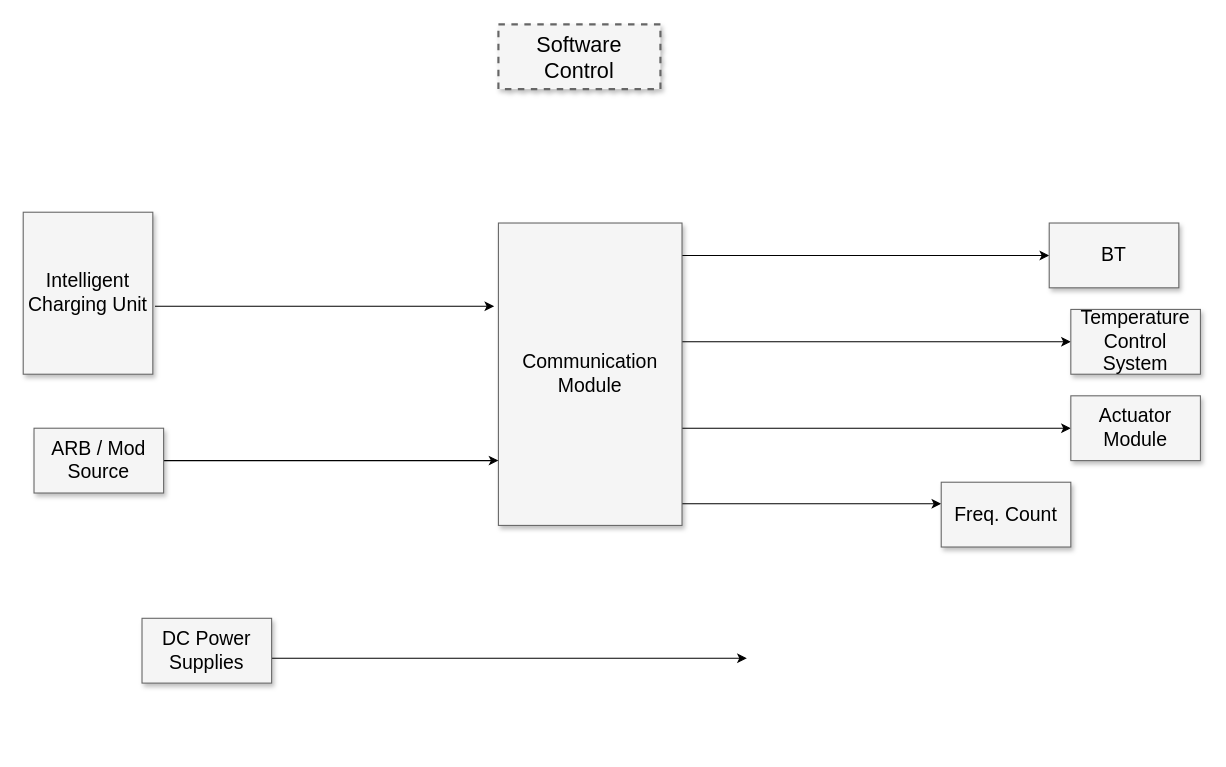
alezalez8/alezalez8 keeps this draw.io diagram as Диаграмма без названия.drawio. Above is the earlier version. Source tidied: cells renumbered, new cells numbered last; positions are measured from the earlier drawing's top-left corner, leaving out a move shared by most shapes. Both pictures are drawn from the tidied source at 108%, with x=0, y=0 at pixel (23, 24).
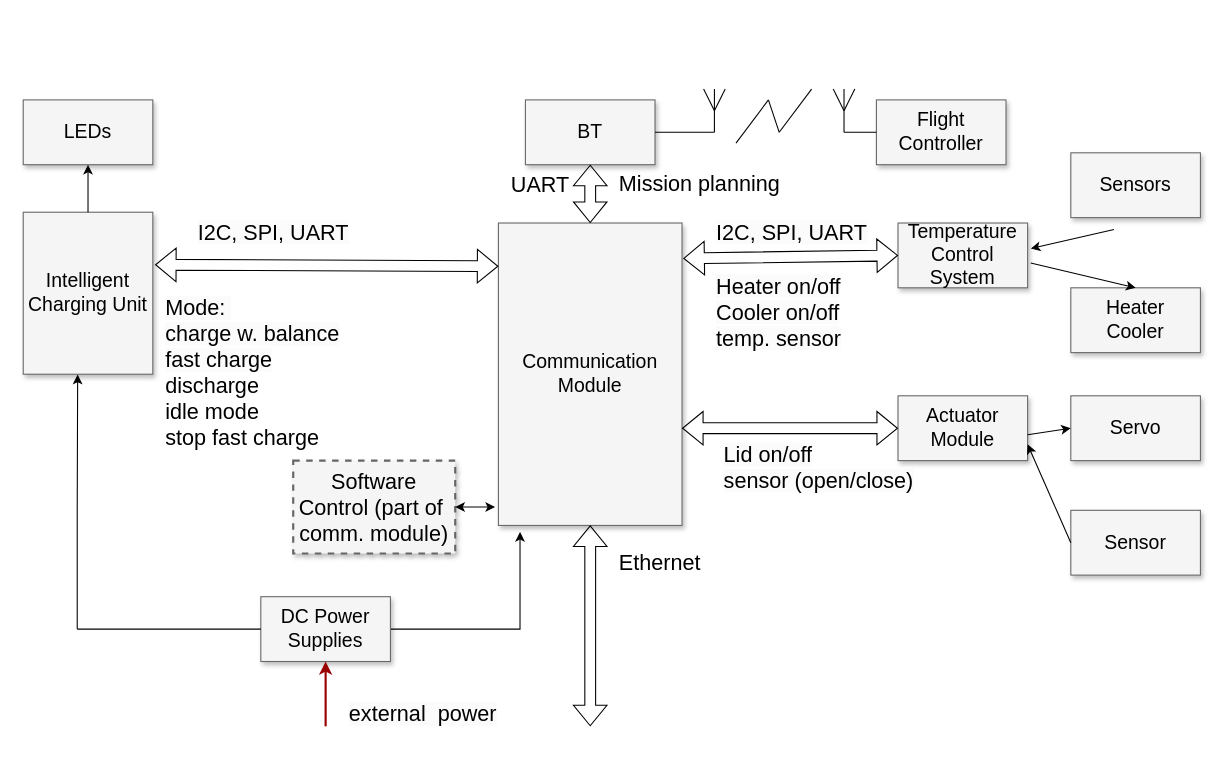
After the change.

Unchanged cells that the change refers to:
```xml
<mxCell id="7" value="Communication Module" style="whiteSpace=wrap;html=1;shadow=1;fontSize=18;fillColor=#f5f5f5;strokeColor=#666666;" parent="1" vertex="1">
  <mxGeometry x="440" y="184" width="170" height="280" as="geometry" />
</mxCell>
<mxCell id="12" value="Intelligent Charging Unit" style="whiteSpace=wrap;html=1;shadow=1;fontSize=18;fillColor=#f5f5f5;strokeColor=#666666;" parent="1" vertex="1">
  <mxGeometry y="174" width="120" height="150" as="geometry" />
</mxCell>
```

Change to the diagram source:
```diff
@@
-    <mxCell id="2" value="Software Control" style="whiteSpace=wrap;html=1;shadow=1;fontSize=20;fillColor=#f5f5f5;strokeColor=#666666;strokeWidth=2;dashed=1;" parent="1" vertex="1">
-      <mxGeometry x="440" width="150" height="60" as="geometry" />
+    <mxCell id="2" value="Software Control (part of&amp;nbsp; comm. module)" style="whiteSpace=wrap;html=1;shadow=1;fontSize=20;fillColor=#f5f5f5;strokeColor=#666666;strokeWidth=2;dashed=1;" parent="1" vertex="1">
+      <mxGeometry x="250" y="404" width="150" height="86" as="geometry" />
     </mxCell>
-    <mxCell id="3" style="edgeStyle=elbowEdgeStyle;rounded=0;html=1;startArrow=none;startFill=0;jettySize=auto;fontSize=18;elbow=vertical;" parent="1" edge="1" source="7" target="8">
-      <mxGeometry relative="1" as="geometry" />
-    </mxCell>
-    <mxCell id="4" style="edgeStyle=elbowEdgeStyle;rounded=0;html=1;startArrow=none;startFill=0;jettySize=auto;fontSize=18;elbow=vertical;" parent="1" edge="1" source="7" target="9">
-      <mxGeometry relative="1" as="geometry" />
-    </mxCell>
-    <mxCell id="5" style="edgeStyle=elbowEdgeStyle;rounded=0;html=1;startArrow=none;startFill=0;jettySize=auto;fontSize=18;elbow=vertical;" parent="1" edge="1" source="7" target="10">
-      <mxGeometry relative="1" as="geometry" />
-    </mxCell>
-    <mxCell id="6" style="edgeStyle=elbowEdgeStyle;rounded=0;html=1;startArrow=none;startFill=0;jettySize=auto;fontSize=18;elbow=vertical;" parent="1" edge="1" source="7" target="11">
-      <mxGeometry relative="1" as="geometry" />
-    </mxCell>
@@
     <mxCell id="8" value="BT" style="whiteSpace=wrap;html=1;shadow=1;fontSize=18;fillColor=#f5f5f5;strokeColor=#666666;" parent="1" vertex="1">
-      <mxGeometry x="950" y="184" width="120" height="60" as="geometry" />
+      <mxGeometry x="465" y="70" width="120" height="60" as="geometry" />
     </mxCell>
     <mxCell id="9" value="Temperature Control System" style="whiteSpace=wrap;html=1;shadow=1;fontSize=18;fillColor=#f5f5f5;strokeColor=#666666;" parent="1" vertex="1">
-      <mxGeometry x="970" y="264" width="120" height="60" as="geometry" />
+      <mxGeometry x="810" y="184" width="120" height="60" as="geometry" />
     </mxCell>
     <mxCell id="10" value="Actuator Module" style="whiteSpace=wrap;html=1;shadow=1;fontSize=18;fillColor=#f5f5f5;strokeColor=#666666;" parent="1" vertex="1">
-      <mxGeometry x="970" y="344" width="120" height="60" as="geometry" />
+      <mxGeometry x="810" y="344" width="120" height="60" as="geometry" />
     </mxCell>
-    <mxCell id="11" value="Freq. Count" style="whiteSpace=wrap;html=1;shadow=1;fontSize=18;fillColor=#f5f5f5;strokeColor=#666666;" parent="1" vertex="1">
-      <mxGeometry x="850" y="424" width="120" height="60" as="geometry" />
-    </mxCell>
@@
-    <mxCell id="13" style="edgeStyle=elbowEdgeStyle;rounded=0;html=1;startArrow=none;startFill=0;jettySize=auto;fontSize=18;elbow=vertical;" parent="1" edge="1" source="14" target="7">
-      <mxGeometry relative="1" as="geometry" />
-    </mxCell>
-    <mxCell id="14" value="ARB / Mod Source" style="whiteSpace=wrap;html=1;shadow=1;fontSize=18;fillColor=#f5f5f5;strokeColor=#666666;" parent="1" vertex="1">
-      <mxGeometry x="10" y="374" width="120" height="60" as="geometry" />
-    </mxCell>
-    <mxCell id="15" style="edgeStyle=elbowEdgeStyle;rounded=0;html=1;startArrow=none;startFill=0;jettySize=auto;fontSize=18;elbow=vertical;" parent="1" edge="1" source="16">
+    <mxCell id="15" style="edgeStyle=elbowEdgeStyle;rounded=0;html=1;startArrow=none;startFill=0;jettySize=auto;fontSize=18;elbow=vertical;exitX=1;exitY=0.5;exitDx=0;exitDy=0;" parent="1" edge="1" source="16">
       <mxGeometry relative="1" as="geometry">
-        <mxPoint x="670" y="587" as="targetPoint" />
+        <mxPoint x="460" y="470" as="targetPoint" />
+        <Array as="points">
+          <mxPoint x="400" y="560" />
+        </Array>
       </mxGeometry>
     </mxCell>
     <mxCell id="16" value="DC Power Supplies" style="whiteSpace=wrap;html=1;shadow=1;fontSize=18;fillColor=#f5f5f5;strokeColor=#666666;" parent="1" vertex="1">
-      <mxGeometry x="110" y="550" width="120" height="60" as="geometry" />
+      <mxGeometry x="220" y="530" width="120" height="60" as="geometry" />
     </mxCell>
-    <mxCell id="17" style="endArrow=classic;html=1;rounded=0;exitX=1.017;exitY=0.58;exitDx=0;exitDy=0;exitPerimeter=0;entryX=-0.023;entryY=0.275;entryDx=0;entryDy=0;entryPerimeter=0;" parent="1" edge="1" source="12" target="7">
-      <mxGeometry relative="1" as="geometry" />
-    </mxCell>
+    <mxCell id="18" value="Sensors" style="whiteSpace=wrap;html=1;shadow=1;fontSize=18;fillColor=#f5f5f5;strokeColor=#666666;" parent="1" vertex="1">
+      <mxGeometry x="970" y="119" width="120" height="60" as="geometry" />
+    </mxCell>
+    <mxCell id="19" value="Heater&lt;div&gt;Cooler&lt;/div&gt;" style="whiteSpace=wrap;html=1;shadow=1;fontSize=18;fillColor=#f5f5f5;strokeColor=#666666;" parent="1" vertex="1">
+      <mxGeometry x="970" y="244" width="120" height="60" as="geometry" />
+    </mxCell>
+    <mxCell id="20" style="endArrow=classic;html=1;rounded=0;entryX=1.024;entryY=0.395;entryDx=0;entryDy=0;entryPerimeter=0;" parent="1" edge="1" target="9">
+      <mxGeometry relative="1" as="geometry">
+        <mxPoint x="1010" y="190" as="sourcePoint" />
+      </mxGeometry>
+    </mxCell>
+    <mxCell id="21" value="Servo" style="whiteSpace=wrap;html=1;shadow=1;fontSize=18;fillColor=#f5f5f5;strokeColor=#666666;" parent="1" vertex="1">
+      <mxGeometry x="970" y="344" width="120" height="60" as="geometry" />
+    </mxCell>
+    <mxCell id="22" value="Sensor" style="whiteSpace=wrap;html=1;shadow=1;fontSize=18;fillColor=#f5f5f5;strokeColor=#666666;" parent="1" vertex="1">
+      <mxGeometry x="970" y="450" width="120" height="60" as="geometry" />
+    </mxCell>
+    <mxCell id="23" style="endArrow=classic;html=1;rounded=0;entryX=1;entryY=0.75;entryDx=0;entryDy=0;exitX=0;exitY=0.5;exitDx=0;exitDy=0;" parent="1" edge="1" source="22" target="10">
+      <mxGeometry relative="1" as="geometry" />
+    </mxCell>
+    <mxCell id="24" style="endArrow=classic;html=1;rounded=0;entryX=0;entryY=0.5;entryDx=0;entryDy=0;" parent="1" edge="1" target="21">
+      <mxGeometry relative="1" as="geometry">
+        <mxPoint x="930" y="380" as="sourcePoint" />
+      </mxGeometry>
+    </mxCell>
+    <mxCell id="25" style="endArrow=classic;html=1;rounded=0;entryX=0.5;entryY=0;entryDx=0;entryDy=0;exitX=1.024;exitY=0.617;exitDx=0;exitDy=0;exitPerimeter=0;" parent="1" edge="1" source="9" target="19">
+      <mxGeometry relative="1" as="geometry" />
+    </mxCell>
+    <mxCell id="4" style="shape=flexArrow;endArrow=classic;startArrow=classic;html=1;rounded=0;entryX=0;entryY=0.5;entryDx=0;entryDy=0;exitX=1.007;exitY=0.117;exitDx=0;exitDy=0;exitPerimeter=0;" parent="1" edge="1" source="7" target="9">
+      <mxGeometry relative="1" as="geometry" />
+    </mxCell>
+    <mxCell id="26" style="shape=flexArrow;endArrow=classic;startArrow=classic;html=1;rounded=0;exitX=1.017;exitY=0.324;exitDx=0;exitDy=0;exitPerimeter=0;" parent="1" edge="1" source="12">
+      <mxGeometry relative="1" as="geometry">
+        <mxPoint x="440" y="224" as="targetPoint" />
+      </mxGeometry>
+    </mxCell>
+    <mxCell id="27" style="shape=flexArrow;endArrow=classic;startArrow=classic;html=1;rounded=0;entryX=0;entryY=0.5;entryDx=0;entryDy=0;" parent="1" edge="1" target="10">
+      <mxGeometry relative="1" as="geometry">
+        <mxPoint x="610" y="374" as="sourcePoint" />
+      </mxGeometry>
+    </mxCell>
+    <mxCell id="28" value="&lt;span style=&quot;color: rgb(0, 0, 0); font-family: Helvetica; font-size: 20px; font-style: normal; font-variant-ligatures: normal; font-variant-caps: normal; font-weight: 400; letter-spacing: normal; orphans: 2; text-align: center; text-indent: 0px; text-transform: none; widows: 2; word-spacing: 0px; -webkit-text-stroke-width: 0px; white-space: normal; background-color: rgb(251, 251, 251); text-decoration-thickness: initial; text-decoration-style: initial; text-decoration-color: initial; float: none; display: inline !important;&quot;&gt;I2C, SPI, UART&lt;/span&gt;" style="text;whiteSpace=wrap;html=1;" parent="1" vertex="1">
+      <mxGeometry x="160" y="174" width="180" height="50" as="geometry" />
+    </mxCell>
+    <mxCell id="29" value="&lt;span style=&quot;color: rgb(0, 0, 0); font-family: Helvetica; font-size: 20px; font-style: normal; font-variant-ligatures: normal; font-variant-caps: normal; font-weight: 400; letter-spacing: normal; orphans: 2; text-align: center; text-indent: 0px; text-transform: none; widows: 2; word-spacing: 0px; -webkit-text-stroke-width: 0px; white-space: normal; background-color: rgb(251, 251, 251); text-decoration-thickness: initial; text-decoration-style: initial; text-decoration-color: initial; float: none; display: inline !important;&quot;&gt;Lid on/off&lt;/span&gt;&lt;div&gt;&lt;span style=&quot;color: rgb(0, 0, 0); font-family: Helvetica; font-size: 20px; font-style: normal; font-variant-ligatures: normal; font-variant-caps: normal; font-weight: 400; letter-spacing: normal; orphans: 2; text-align: center; text-indent: 0px; text-transform: none; widows: 2; word-spacing: 0px; -webkit-text-stroke-width: 0px; white-space: normal; background-color: rgb(251, 251, 251); text-decoration-thickness: initial; text-decoration-style: initial; text-decoration-color: initial; float: none; display: inline !important;&quot;&gt;sensor (open/close)&lt;/span&gt;&lt;/div&gt;" style="text;whiteSpace=wrap;html=1;" parent="1" vertex="1">
+      <mxGeometry x="647" y="380" width="180" height="50" as="geometry" />
+    </mxCell>
+    <mxCell id="30" value="&lt;span style=&quot;color: rgb(0, 0, 0); font-family: Helvetica; font-size: 20px; font-style: normal; font-variant-ligatures: normal; font-variant-caps: normal; font-weight: 400; letter-spacing: normal; orphans: 2; text-align: center; text-indent: 0px; text-transform: none; widows: 2; word-spacing: 0px; -webkit-text-stroke-width: 0px; white-space: normal; background-color: rgb(251, 251, 251); text-decoration-thickness: initial; text-decoration-style: initial; text-decoration-color: initial; float: none; display: inline !important;&quot;&gt;Heater on/off&lt;/span&gt;&lt;div&gt;&lt;span style=&quot;color: rgb(0, 0, 0); font-family: Helvetica; font-size: 20px; font-style: normal; font-variant-ligatures: normal; font-variant-caps: normal; font-weight: 400; letter-spacing: normal; orphans: 2; text-align: center; text-indent: 0px; text-transform: none; widows: 2; word-spacing: 0px; -webkit-text-stroke-width: 0px; white-space: normal; background-color: rgb(251, 251, 251); text-decoration-thickness: initial; text-decoration-style: initial; text-decoration-color: initial; float: none; display: inline !important;&quot;&gt;Cooler on/off&lt;/span&gt;&lt;/div&gt;&lt;div&gt;&lt;span style=&quot;color: rgb(0, 0, 0); font-family: Helvetica; font-size: 20px; font-style: normal; font-variant-ligatures: normal; font-variant-caps: normal; font-weight: 400; letter-spacing: normal; orphans: 2; text-align: center; text-indent: 0px; text-transform: none; widows: 2; word-spacing: 0px; -webkit-text-stroke-width: 0px; white-space: normal; background-color: rgb(251, 251, 251); text-decoration-thickness: initial; text-decoration-style: initial; text-decoration-color: initial; float: none; display: inline !important;&quot;&gt;temp. sensor&lt;/span&gt;&lt;/div&gt;" style="text;whiteSpace=wrap;html=1;" parent="1" vertex="1">
+      <mxGeometry x="640" y="224" width="180" height="50" as="geometry" />
+    </mxCell>
+    <mxCell id="31" value="&lt;span style=&quot;color: rgb(0, 0, 0); font-family: Helvetica; font-size: 20px; font-style: normal; font-variant-ligatures: normal; font-variant-caps: normal; font-weight: 400; letter-spacing: normal; orphans: 2; text-align: center; text-indent: 0px; text-transform: none; widows: 2; word-spacing: 0px; -webkit-text-stroke-width: 0px; white-space: normal; background-color: rgb(251, 251, 251); text-decoration-thickness: initial; text-decoration-style: initial; text-decoration-color: initial; float: none; display: inline !important;&quot;&gt;Mode:&amp;nbsp;&lt;/span&gt;&lt;div&gt;&lt;span style=&quot;color: rgb(0, 0, 0); font-family: Helvetica; font-size: 20px; font-style: normal; font-variant-ligatures: normal; font-variant-caps: normal; font-weight: 400; letter-spacing: normal; orphans: 2; text-align: center; text-indent: 0px; text-transform: none; widows: 2; word-spacing: 0px; -webkit-text-stroke-width: 0px; white-space: normal; background-color: rgb(251, 251, 251); text-decoration-thickness: initial; text-decoration-style: initial; text-decoration-color: initial; float: none; display: inline !important;&quot;&gt;charge w. balance&lt;/span&gt;&lt;/div&gt;&lt;div&gt;&lt;span style=&quot;color: rgb(0, 0, 0); font-family: Helvetica; font-size: 20px; font-style: normal; font-variant-ligatures: normal; font-variant-caps: normal; font-weight: 400; letter-spacing: normal; orphans: 2; text-align: center; text-indent: 0px; text-transform: none; widows: 2; word-spacing: 0px; -webkit-text-stroke-width: 0px; white-space: normal; background-color: rgb(251, 251, 251); text-decoration-thickness: initial; text-decoration-style: initial; text-decoration-color: initial; float: none; display: inline !important;&quot;&gt;fast charge&lt;/span&gt;&lt;/div&gt;&lt;div&gt;&lt;span style=&quot;font-size: 20px; text-align: center; background-color: transparent; color: light-dark(rgb(0, 0, 0), rgb(255, 255, 255));&quot;&gt;discharge&lt;/span&gt;&lt;/div&gt;&lt;div&gt;&lt;span style=&quot;font-size: 20px; text-align: center; background-color: transparent; color: light-dark(rgb(0, 0, 0), rgb(255, 255, 255));&quot;&gt;idle mode&lt;/span&gt;&lt;/div&gt;&lt;div&gt;&lt;span style=&quot;font-size: 20px; text-align: center; background-color: transparent; color: light-dark(rgb(0, 0, 0), rgb(255, 255, 255));&quot;&gt;stop fast charge&lt;/span&gt;&lt;/div&gt;&lt;div&gt;&lt;div&gt;&lt;span style=&quot;color: rgb(0, 0, 0); font-family: Helvetica; font-size: 20px; font-style: normal; font-variant-ligatures: normal; font-variant-caps: normal; font-weight: 400; letter-spacing: normal; orphans: 2; text-align: center; text-indent: 0px; text-transform: none; widows: 2; word-spacing: 0px; -webkit-text-stroke-width: 0px; white-space: normal; background-color: rgb(251, 251, 251); text-decoration-thickness: initial; text-decoration-style: initial; text-decoration-color: initial; float: none; display: inline !important;&quot;&gt;&lt;br&gt;&lt;/span&gt;&lt;/div&gt;&lt;/div&gt;" style="text;whiteSpace=wrap;html=1;" parent="1" vertex="1">
+      <mxGeometry x="130" y="244" width="180" height="50" as="geometry" />
+    </mxCell>
+    <mxCell id="32" value="&lt;span style=&quot;color: rgb(0, 0, 0); font-family: Helvetica; font-size: 20px; font-style: normal; font-variant-ligatures: normal; font-variant-caps: normal; font-weight: 400; letter-spacing: normal; orphans: 2; text-align: center; text-indent: 0px; text-transform: none; widows: 2; word-spacing: 0px; -webkit-text-stroke-width: 0px; white-space: normal; background-color: rgb(251, 251, 251); text-decoration-thickness: initial; text-decoration-style: initial; text-decoration-color: initial; float: none; display: inline !important;&quot;&gt;I2C, SPI, UART&lt;/span&gt;" style="text;whiteSpace=wrap;html=1;" parent="1" vertex="1">
+      <mxGeometry x="640" y="174" width="180" height="50" as="geometry" />
+    </mxCell>
+    <mxCell id="33" style="shape=flexArrow;endArrow=classic;startArrow=classic;html=1;rounded=0;" parent="1" edge="1" target="7">
+      <mxGeometry relative="1" as="geometry">
+        <mxPoint x="525" y="650" as="sourcePoint" />
+      </mxGeometry>
+    </mxCell>
+    <mxCell id="34" value="&lt;div style=&quot;text-align: center;&quot;&gt;&lt;span style=&quot;background-color: transparent; color: light-dark(rgb(0, 0, 0), rgb(255, 255, 255)); font-size: 20px;&quot;&gt;Ethernet&lt;/span&gt;&lt;/div&gt;" style="text;whiteSpace=wrap;html=1;" parent="1" vertex="1">
+      <mxGeometry x="550" y="480" width="180" height="50" as="geometry" />
+    </mxCell>
+    <mxCell id="35" style="endArrow=classic;html=1;rounded=0;entryX=0.42;entryY=1.002;entryDx=0;entryDy=0;entryPerimeter=0;" parent="1" edge="1" target="12">
+      <mxGeometry relative="1" as="geometry">
+        <mxPoint x="50" y="560" as="sourcePoint" />
+        <Array as="points">
+          <mxPoint x="50" y="450" />
+        </Array>
+      </mxGeometry>
+    </mxCell>
+    <mxCell id="36" style="edgeStyle=elbowEdgeStyle;elbow=horizontal;strokeColor=#990000;strokeWidth=2;rounded=0;entryX=0.5;entryY=1;entryDx=0;entryDy=0;" parent="1" edge="1" target="16">
+      <mxGeometry relative="1" as="geometry">
+        <mxPoint x="280" y="650" as="sourcePoint" />
+      </mxGeometry>
+    </mxCell>
+    <mxCell id="37" value="&lt;span style=&quot;color: rgb(0, 0, 0); font-family: Helvetica; font-size: 20px; font-style: normal; font-variant-ligatures: normal; font-variant-caps: normal; font-weight: 400; letter-spacing: normal; orphans: 2; text-align: center; text-indent: 0px; text-transform: none; widows: 2; word-spacing: 0px; -webkit-text-stroke-width: 0px; white-space: normal; background-color: rgb(251, 251, 251); text-decoration-thickness: initial; text-decoration-style: initial; text-decoration-color: initial; float: none; display: inline !important;&quot;&gt;external&amp;nbsp; power&lt;/span&gt;" style="text;whiteSpace=wrap;html=1;" parent="1" vertex="1">
+      <mxGeometry x="300" y="620" width="180" height="50" as="geometry" />
+    </mxCell>
+    <mxCell id="38" style="endArrow=classic;startArrow=classic;html=1;rounded=0;exitX=1;exitY=0.5;exitDx=0;exitDy=0;entryX=-0.018;entryY=0.939;entryDx=0;entryDy=0;entryPerimeter=0;" parent="1" edge="1" source="2" target="7">
+      <mxGeometry relative="1" as="geometry" />
+    </mxCell>
+    <mxCell id="39" style="endArrow=none;html=1;rounded=0;entryX=1;entryY=0.5;entryDx=0;entryDy=0;" parent="1" edge="1" target="8">
+      <mxGeometry relative="1" as="geometry">
+        <mxPoint x="640" y="100" as="sourcePoint" />
+      </mxGeometry>
+    </mxCell>
+    <mxCell id="40" style="endArrow=none;html=1;rounded=0;" parent="1" edge="1">
+      <mxGeometry relative="1" as="geometry">
+        <mxPoint x="640" y="60" as="sourcePoint" />
+        <mxPoint x="640" y="100" as="targetPoint" />
+      </mxGeometry>
+    </mxCell>
+    <mxCell id="41" style="endArrow=none;html=1;rounded=0;" parent="1" edge="1">
+      <mxGeometry relative="1" as="geometry">
+        <mxPoint x="630" y="60" as="sourcePoint" />
+        <mxPoint x="640" y="80" as="targetPoint" />
+      </mxGeometry>
+    </mxCell>
+    <mxCell id="42" style="endArrow=none;html=1;rounded=0;" parent="1" edge="1">
+      <mxGeometry relative="1" as="geometry">
+        <mxPoint x="650" y="60" as="sourcePoint" />
+        <mxPoint x="640" y="80" as="targetPoint" />
+      </mxGeometry>
+    </mxCell>
+    <mxCell id="43" style="endArrow=none;html=1;rounded=0;" parent="1" edge="1">
+      <mxGeometry relative="1" as="geometry">
+        <mxPoint x="690" y="70" as="sourcePoint" />
+        <mxPoint x="660" y="110" as="targetPoint" />
+      </mxGeometry>
+    </mxCell>
+    <mxCell id="44" style="endArrow=none;html=1;rounded=0;" parent="1" edge="1">
+      <mxGeometry relative="1" as="geometry">
+        <mxPoint x="700" y="100" as="sourcePoint" />
+        <mxPoint x="690" y="70" as="targetPoint" />
+      </mxGeometry>
+    </mxCell>
+    <mxCell id="45" style="endArrow=none;html=1;rounded=0;" parent="1" edge="1">
+      <mxGeometry relative="1" as="geometry">
+        <mxPoint x="700" y="100" as="sourcePoint" />
+        <mxPoint x="730" y="60" as="targetPoint" />
+      </mxGeometry>
+    </mxCell>
+    <mxCell id="46" value="Flight Controller" style="whiteSpace=wrap;html=1;shadow=1;fontSize=18;fillColor=#f5f5f5;strokeColor=#666666;" parent="1" vertex="1">
+      <mxGeometry x="790" y="70" width="120" height="60" as="geometry" />
+    </mxCell>
+    <mxCell id="47" style="endArrow=none;html=1;rounded=0;" parent="1" edge="1">
+      <mxGeometry relative="1" as="geometry">
+        <mxPoint x="770" y="60" as="sourcePoint" />
+        <mxPoint x="760" y="80" as="targetPoint" />
+      </mxGeometry>
+    </mxCell>
+    <mxCell id="48" style="endArrow=none;html=1;rounded=0;" parent="1" edge="1">
+      <mxGeometry relative="1" as="geometry">
+        <mxPoint x="750" y="60" as="sourcePoint" />
+        <mxPoint x="760" y="80" as="targetPoint" />
+      </mxGeometry>
+    </mxCell>
+    <mxCell id="49" style="endArrow=none;html=1;rounded=0;" parent="1" edge="1">
+      <mxGeometry relative="1" as="geometry">
+        <mxPoint x="760" y="100" as="sourcePoint" />
+        <mxPoint x="760" y="60" as="targetPoint" />
+      </mxGeometry>
+    </mxCell>
+    <mxCell id="50" style="endArrow=none;html=1;rounded=0;exitX=0;exitY=0.5;exitDx=0;exitDy=0;" parent="1" edge="1" source="46">
+      <mxGeometry relative="1" as="geometry">
+        <mxPoint x="760" y="100" as="targetPoint" />
+      </mxGeometry>
+    </mxCell>
+    <mxCell id="51" style="endArrow=none;html=1;rounded=0;" parent="1" edge="1" source="16">
+      <mxGeometry relative="1" as="geometry">
+        <mxPoint x="50" y="560" as="targetPoint" />
+      </mxGeometry>
+    </mxCell>
+    <mxCell id="52" value="LEDs" style="whiteSpace=wrap;html=1;shadow=1;fontSize=18;fillColor=#f5f5f5;strokeColor=#666666;" parent="1" vertex="1">
+      <mxGeometry y="70" width="120" height="60" as="geometry" />
+    </mxCell>
+    <mxCell id="53" style="endArrow=classic;html=1;rounded=0;entryX=0.5;entryY=1;entryDx=0;entryDy=0;" parent="1" edge="1" source="12" target="52">
+      <mxGeometry relative="1" as="geometry" />
+    </mxCell>
+    <mxCell id="54" value="&lt;div style=&quot;text-align: center;&quot;&gt;&lt;span style=&quot;font-size: 20px;&quot;&gt;Mission planning&lt;/span&gt;&lt;/div&gt;" style="text;whiteSpace=wrap;html=1;" parent="1" vertex="1">
+      <mxGeometry x="550" y="129" width="180" height="50" as="geometry" />
+    </mxCell>
+    <mxCell id="3" style="shape=flexArrow;endArrow=classic;startArrow=classic;html=1;rounded=0;entryX=0.5;entryY=1;entryDx=0;entryDy=0;" parent="1" edge="1" source="7" target="8">
+      <mxGeometry relative="1" as="geometry" />
+    </mxCell>
+    <mxCell id="55" value="&lt;div style=&quot;text-align: center;&quot;&gt;&lt;span style=&quot;font-size: 20px;&quot;&gt;UART&lt;/span&gt;&lt;/div&gt;" style="text;whiteSpace=wrap;html=1;" parent="1" vertex="1">
+      <mxGeometry x="450" y="130" width="180" height="50" as="geometry" />
+    </mxCell>
```
